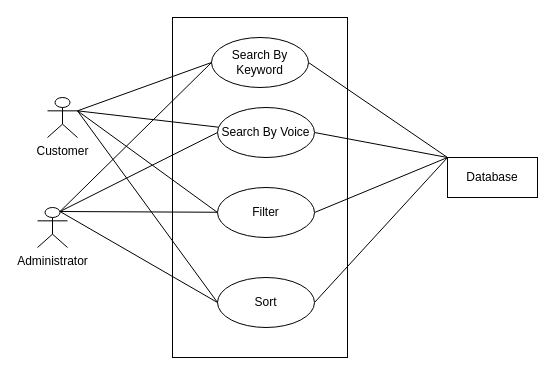
fiercePanda007/SPL2-EcommerceWebApp keeps this draw.io diagram as Software-Requirement-Specification/Use-Case-Diagrams/Level-1.5.drawio. Above is the earlier version. Source tidied: cells renumbered, new cells numbered last; positions are measured from the earlier drawing's top-left corner, leaving out a move shared by most shapes. Both pictures are drawn from the tidied source at 100%, with x=0, y=0 at pixel (37, 17).
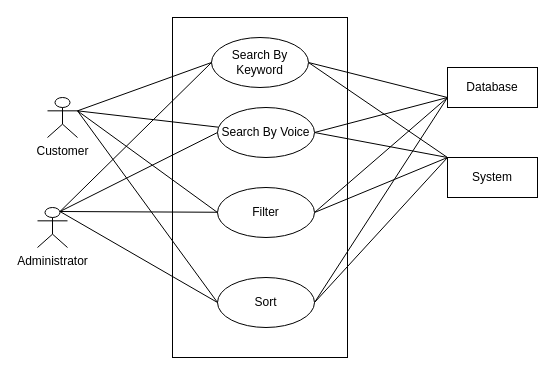
The same page after the edit.

The change refers to these unchanged cells:
```xml
<mxCell id="4" value="Search By Keyword" style="ellipse;whiteSpace=wrap;html=1;" parent="1" vertex="1">
  <mxGeometry x="174" y="20" width="97" height="50" as="geometry" />
</mxCell>
<mxCell id="6" value="Search By Voice" style="ellipse;whiteSpace=wrap;html=1;" parent="1" vertex="1">
  <mxGeometry x="180" y="90" width="97" height="50" as="geometry" />
</mxCell>
<mxCell id="8" value="Filter" style="ellipse;whiteSpace=wrap;html=1;" parent="1" vertex="1">
  <mxGeometry x="180" y="170" width="97" height="50" as="geometry" />
</mxCell>
<mxCell id="10" value="Sort" style="ellipse;whiteSpace=wrap;html=1;" parent="1" vertex="1">
  <mxGeometry x="180" y="260" width="97" height="50" as="geometry" />
</mxCell>
```

The edit, as a diff of the source:
```diff
@@
+    <mxCell id="22" style="edgeStyle=none;html=1;exitX=1;exitY=0.5;exitDx=0;exitDy=0;entryX=0;entryY=0.75;entryDx=0;entryDy=0;endArrow=none;endFill=0;" parent="1" edge="1" source="4" target="26">
+      <mxGeometry relative="1" as="geometry" />
+    </mxCell>
@@
+    <mxCell id="23" style="edgeStyle=none;html=1;exitX=1;exitY=0.5;exitDx=0;exitDy=0;entryX=0;entryY=0.75;entryDx=0;entryDy=0;endArrow=none;endFill=0;" parent="1" edge="1" source="6" target="26">
+      <mxGeometry relative="1" as="geometry" />
+    </mxCell>
@@
+    <mxCell id="24" style="edgeStyle=none;html=1;exitX=1;exitY=0.5;exitDx=0;exitDy=0;entryX=0;entryY=0.75;entryDx=0;entryDy=0;endArrow=none;endFill=0;" parent="1" edge="1" source="8" target="26">
+      <mxGeometry relative="1" as="geometry" />
+    </mxCell>
@@
+    <mxCell id="25" style="edgeStyle=none;html=1;exitX=1;exitY=0.5;exitDx=0;exitDy=0;entryX=0;entryY=0.75;entryDx=0;entryDy=0;endArrow=none;endFill=0;" parent="1" edge="1" source="10" target="26">
+      <mxGeometry relative="1" as="geometry" />
+    </mxCell>
@@
-    <mxCell id="16" value="Database" style="rounded=0;whiteSpace=wrap;html=1;" parent="1" vertex="1">
+    <mxCell id="16" value="System" style="rounded=0;whiteSpace=wrap;html=1;" parent="1" vertex="1">
       <mxGeometry x="410" y="140" width="90" height="40" as="geometry" />
     </mxCell>
@@
+    <mxCell id="26" value="Database" style="rounded=0;whiteSpace=wrap;html=1;" parent="1" vertex="1">
+      <mxGeometry x="410" y="50" width="90" height="40" as="geometry" />
+    </mxCell>
```
